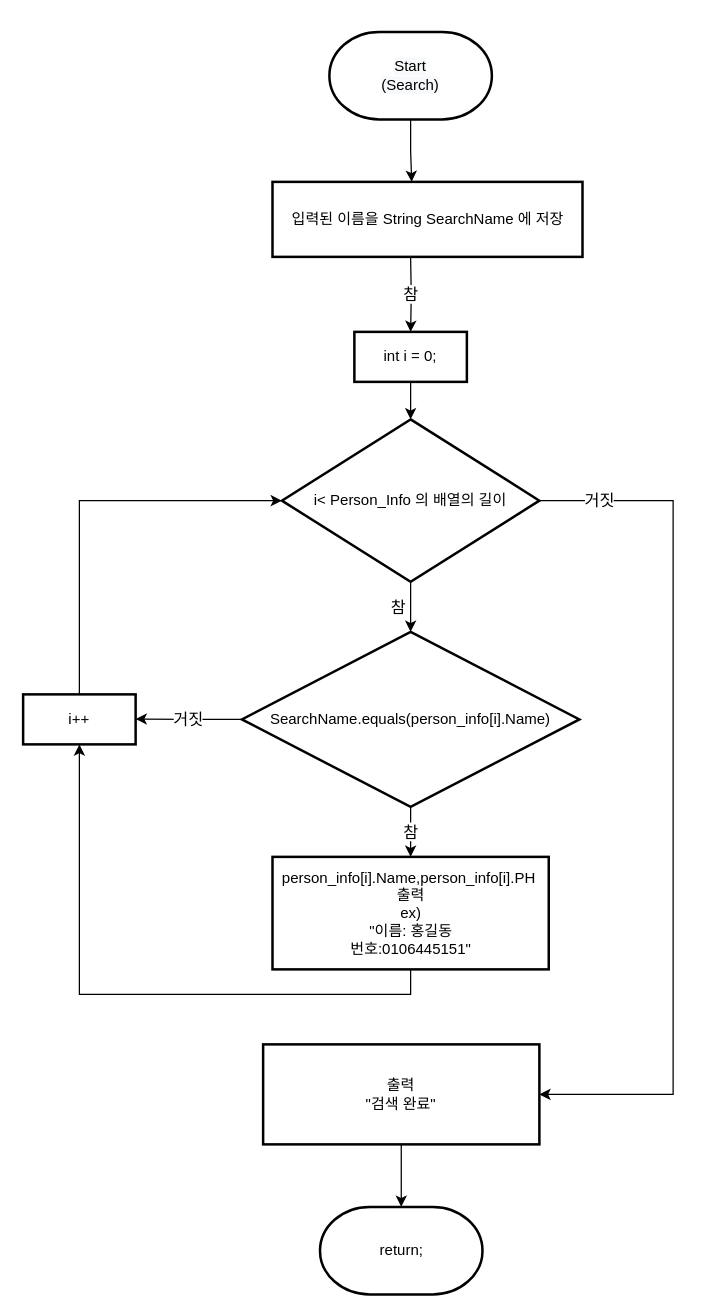
The draw.io diagram 순서도/Search 기능.drawio in skatld123/PH_list_java, before the edit. Source tidied: cells renumbered, new cells numbered last; positions are measured from the earlier drawing's top-left corner, leaving out a move shared by most shapes. Both pictures are drawn from the tidied source at 125%, with x=0, y=0 at pixel (22, 31).
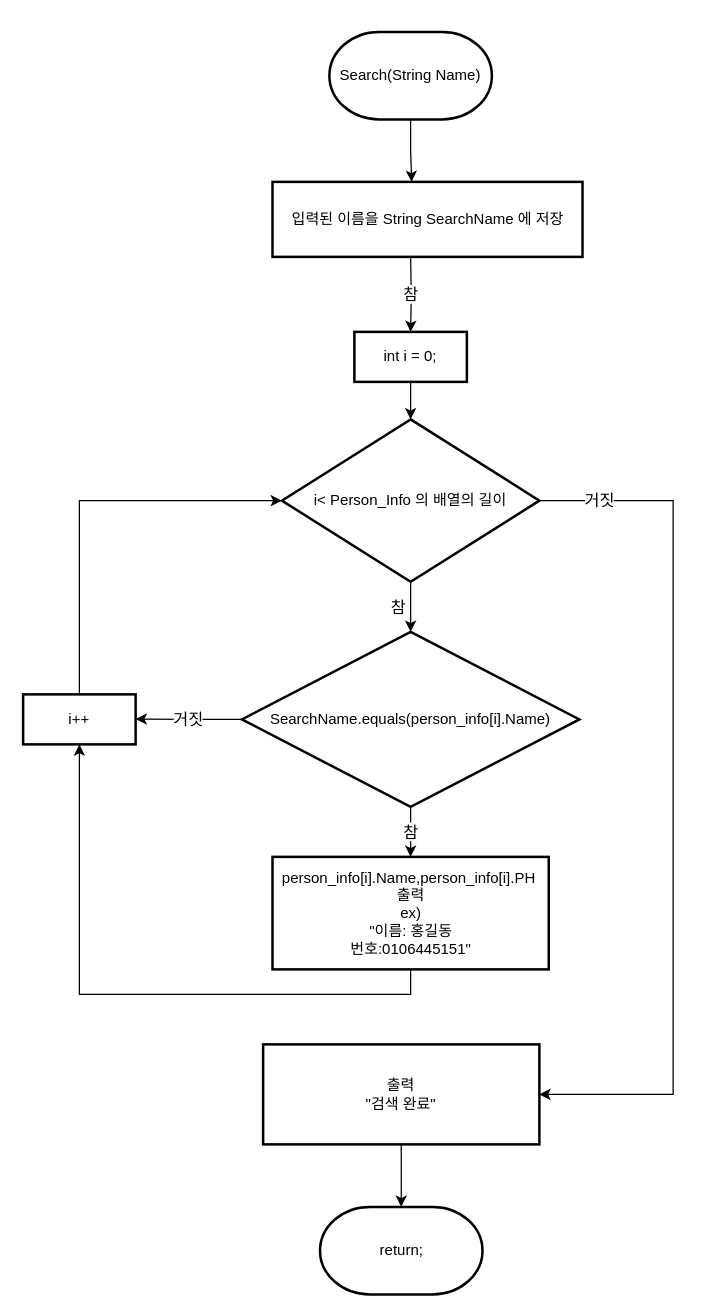
The same page after the edit.

Commit message:
Search 기능.drawio 업데이트

What changed in the source:
```diff
@@
-    <mxCell id="8" value="&#10;&#10;&lt;span style=&quot;color: rgb(0, 0, 0); font-family: helvetica; font-size: 12px; font-style: normal; font-weight: 400; letter-spacing: normal; text-align: center; text-indent: 0px; text-transform: none; word-spacing: 0px; background-color: rgb(248, 249, 250); display: inline; float: none;&quot;&gt;Start&lt;/span&gt;&lt;br style=&quot;color: rgb(0, 0, 0); font-family: helvetica; font-size: 12px; font-style: normal; font-weight: 400; letter-spacing: normal; text-align: center; text-indent: 0px; text-transform: none; word-spacing: 0px; background-color: rgb(248, 249, 250);&quot;&gt;&lt;span style=&quot;color: rgb(0, 0, 0); font-family: helvetica; font-size: 12px; font-style: normal; font-weight: 400; letter-spacing: normal; text-align: center; text-indent: 0px; text-transform: none; word-spacing: 0px; background-color: rgb(248, 249, 250); display: inline; float: none;&quot;&gt;(Search)&lt;/span&gt;&#10;&#10;" style="strokeWidth=2;html=1;shape=mxgraph.flowchart.terminator;whiteSpace=wrap;" parent="1" vertex="1">
+    <mxCell id="8" value="&lt;span style=&quot;text-align: left&quot;&gt;Search(String Name)&lt;/span&gt;" style="strokeWidth=2;html=1;shape=mxgraph.flowchart.terminator;whiteSpace=wrap;" parent="1" vertex="1">
       <mxGeometry x="245" width="130" height="70" as="geometry" />
     </mxCell>
```
